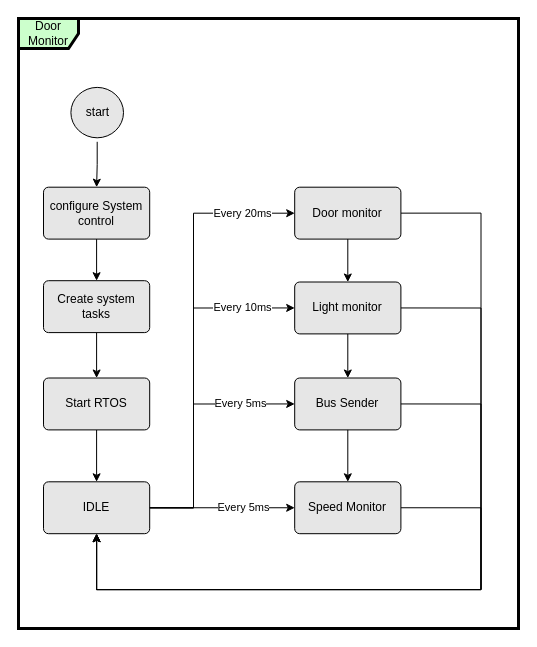
Before: page "ECU 1 System State machine" (1 of 9) of 2-Dynamic_Deesign_State_Machine_Diagram.drawio in Mohamed-abdullah-hassan/EG-FWD_Automotive_door_control, a draw.io diagram. Source tidied: cells renumbered, new cells numbered last; positions are measured from the earlier drawing's top-left corner, leaving out a move shared by most shapes. Both pictures are drawn from the tidied source at 100%, with x=0, y=0 at pixel (18, 18).
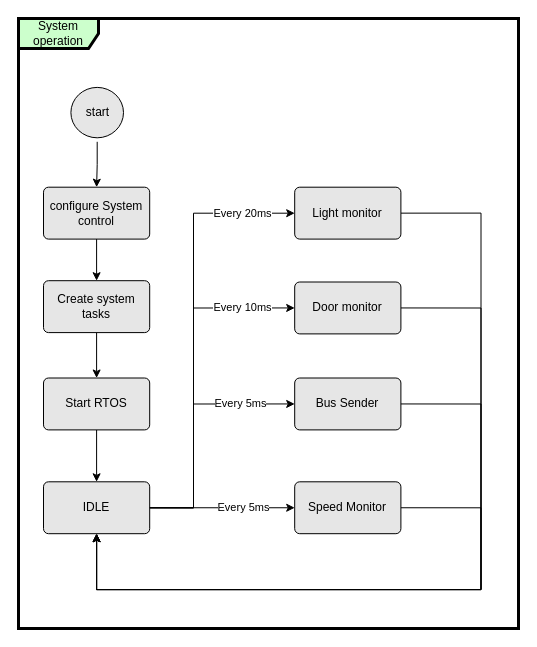
Above is the later version.

The change refers to these unchanged cells:
```xml
<mxCell id="21" value="Speed Monitor" style="html=1;align=center;verticalAlign=middle;rounded=1;absoluteArcSize=1;arcSize=10;dashed=0;fillColor=#E6E6E6;whiteSpace=wrap;strokeColor=rgb(0, 0, 0);fontColor=rgb(0, 0, 0);" parent="2" vertex="1">
  <mxGeometry x="276.2" y="463.3" width="106.2" height="51.9" as="geometry" />
</mxCell>
<mxCell id="22" value="Bus Sender" style="html=1;align=center;verticalAlign=middle;rounded=1;absoluteArcSize=1;arcSize=10;dashed=0;fillColor=#E6E6E6;whiteSpace=wrap;strokeColor=rgb(0, 0, 0);fontColor=rgb(0, 0, 0);" parent="2" vertex="1">
  <mxGeometry x="276.2" y="359.5" width="106.2" height="51.9" as="geometry" />
</mxCell>
```

Diff of the diagram source:
```diff
@@
-    <mxCell id="2" value="Door Monitor" style="shape=umlFrame;whiteSpace=wrap;fillColor=#CCFFCC;strokeWidth=3;" parent="1" vertex="1">
+    <mxCell id="2" value="System operation" style="shape=umlFrame;whiteSpace=wrap;fillColor=#CCFFCC;strokeWidth=3;width=80;height=30;" parent="1" vertex="1">
       <mxGeometry width="500" height="610" as="geometry" />
     </mxCell>
@@
-    <mxCell id="15" style="edgeStyle=orthogonalEdgeStyle;rounded=0;jettySize=auto;html=1;" parent="2" edge="1" source="17" target="19">
-      <mxGeometry relative="1" as="geometry" />
-    </mxCell>
@@
-    <mxCell id="17" value="Door monitor" style="html=1;align=center;verticalAlign=middle;rounded=1;absoluteArcSize=1;arcSize=10;dashed=0;fillColor=#E6E6E6;whiteSpace=wrap;strokeColor=rgb(0, 0, 0);fontColor=rgb(0, 0, 0);" parent="2" vertex="1">
+    <mxCell id="17" value="Light monitor" style="html=1;align=center;verticalAlign=middle;rounded=1;absoluteArcSize=1;arcSize=10;dashed=0;fillColor=#E6E6E6;whiteSpace=wrap;strokeColor=rgb(0, 0, 0);fontColor=rgb(0, 0, 0);" parent="2" vertex="1">
       <mxGeometry x="276.2" y="168.7" width="106.2" height="51.9" as="geometry" />
     </mxCell>
@@
-    <mxCell id="19" value="Light monitor" style="html=1;align=center;verticalAlign=middle;rounded=1;absoluteArcSize=1;arcSize=10;dashed=0;fillColor=#E6E6E6;whiteSpace=wrap;strokeColor=rgb(0, 0, 0);fontColor=rgb(0, 0, 0);" parent="2" vertex="1">
+    <mxCell id="19" value="Door monitor" style="html=1;align=center;verticalAlign=middle;rounded=1;absoluteArcSize=1;arcSize=10;dashed=0;fillColor=#E6E6E6;whiteSpace=wrap;strokeColor=rgb(0, 0, 0);fontColor=rgb(0, 0, 0);" parent="2" vertex="1">
       <mxGeometry x="276.2" y="263.5" width="106.2" height="51.9" as="geometry" />
     </mxCell>
@@
-    <mxCell id="23" style="edgeStyle=orthogonalEdgeStyle;rounded=0;jettySize=auto;html=1;" parent="2" edge="1" source="19" target="22">
-      <mxGeometry relative="1" as="geometry" />
-    </mxCell>
-    <mxCell id="24" style="edgeStyle=orthogonalEdgeStyle;rounded=0;jettySize=auto;html=1;" parent="2" edge="1" source="22" target="21">
-      <mxGeometry relative="1" as="geometry" />
-    </mxCell>
```
